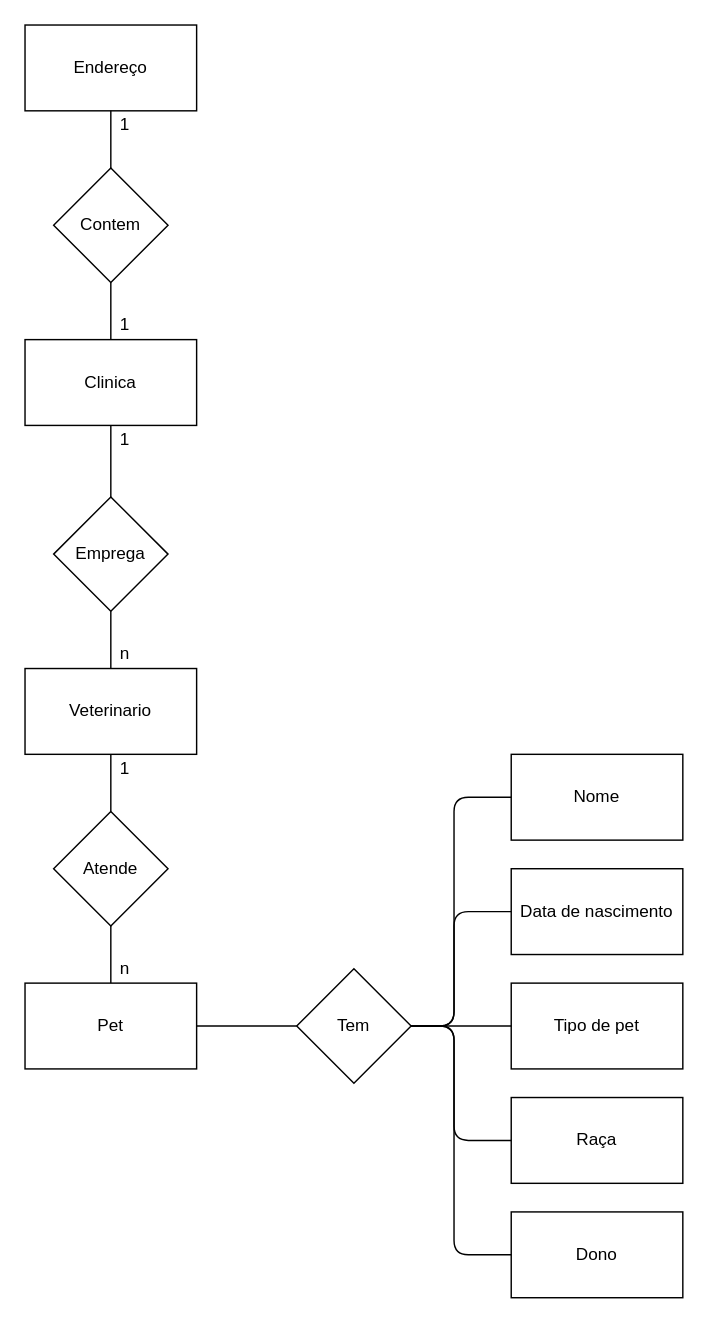
Earlier version of the draw.io diagram page "Conceitual" (1 of 2) of exercicios/1.3-exercicio-pclinics/pclinics.drawio (Okuma-wq/senai_sprint1_bd). Source tidied: cells renumbered, new cells numbered last; positions are measured from the earlier drawing's top-left corner, leaving out a move shared by most shapes. Both pictures are drawn from the tidied source at 143%, with x=0, y=0 at pixel (24, 24).
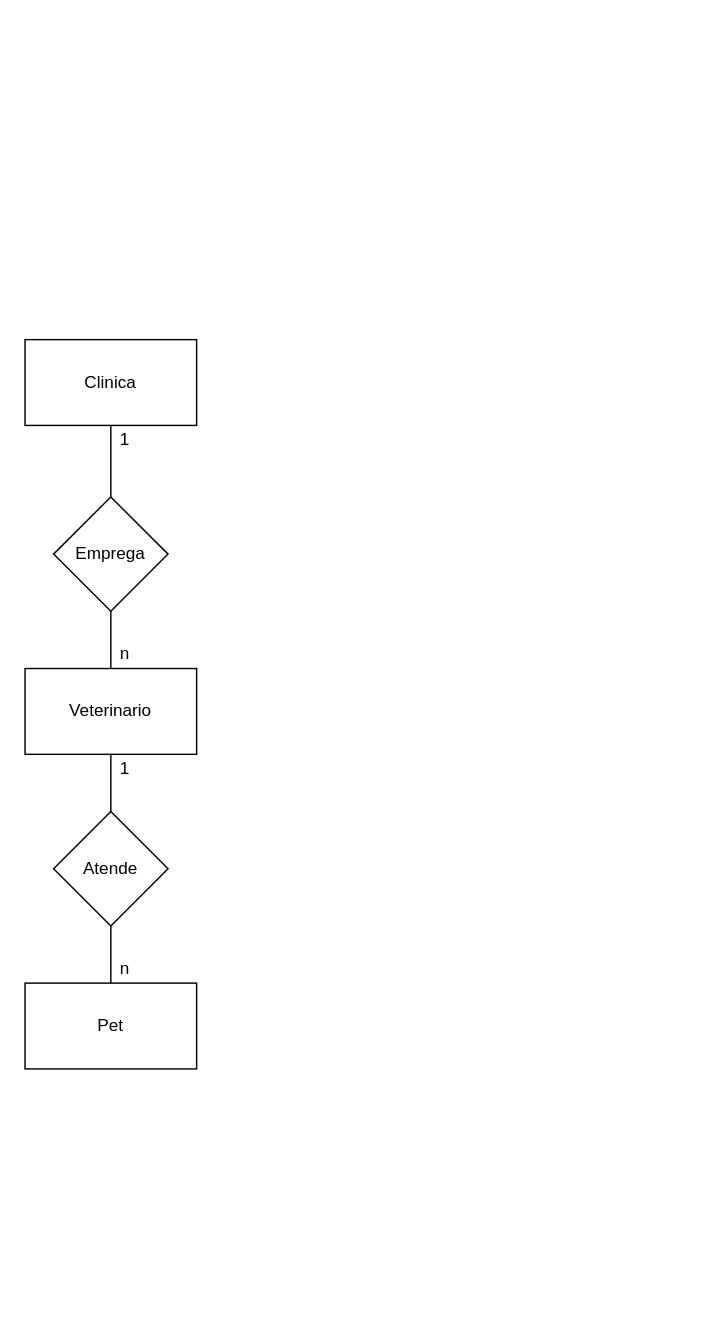
The same page after the edit.

Unchanged cells that the change refers to:
```xml
<mxCell id="2" value="Clinica" style="rounded=0;whiteSpace=wrap;html=1;" parent="1" vertex="1">
  <mxGeometry y="220" width="120" height="60" as="geometry" />
</mxCell>
<mxCell id="16" value="Pet" style="rounded=0;whiteSpace=wrap;html=1;" parent="1" vertex="1">
  <mxGeometry y="670" width="120" height="60" as="geometry" />
</mxCell>
```

Change to the diagram source:
```diff
@@
-    <mxCell id="3" value="Endereço" style="rounded=0;whiteSpace=wrap;html=1;" parent="1" vertex="1">
-      <mxGeometry width="120" height="60" as="geometry" />
-    </mxCell>
-    <mxCell id="4" value="Contem" style="rhombus;whiteSpace=wrap;html=1;" parent="1" vertex="1">
-      <mxGeometry x="20" y="100" width="80" height="80" as="geometry" />
-    </mxCell>
-    <mxCell id="5" style="endArrow=none;html=1;exitX=0.5;exitY=0;exitDx=0;exitDy=0;entryX=0.5;entryY=1;entryDx=0;entryDy=0;" parent="1" edge="1" source="4" target="3">
-      <mxGeometry relative="1" as="geometry" />
-    </mxCell>
-    <mxCell id="6" style="endArrow=none;html=1;entryX=0.5;entryY=1;entryDx=0;entryDy=0;exitX=0.5;exitY=0;exitDx=0;exitDy=0;" parent="1" edge="1" source="2" target="4">
-      <mxGeometry relative="1" as="geometry" />
-    </mxCell>
@@
-    <mxCell id="11" value="1" style="text;html=1;strokeColor=none;fillColor=none;align=center;verticalAlign=middle;whiteSpace=wrap;rounded=0;" parent="1" vertex="1">
-      <mxGeometry x="50" y="60" width="40" height="20" as="geometry" />
-    </mxCell>
-    <mxCell id="12" value="1" style="text;html=1;strokeColor=none;fillColor=none;align=center;verticalAlign=middle;whiteSpace=wrap;rounded=0;" parent="1" vertex="1">
-      <mxGeometry x="50" y="200" width="40" height="20" as="geometry" />
-    </mxCell>
@@
-    <mxCell id="21" value="Tem" style="rhombus;whiteSpace=wrap;html=1;" parent="1" vertex="1">
-      <mxGeometry x="190" y="660" width="80" height="80" as="geometry" />
-    </mxCell>
-    <mxCell id="22" style="endArrow=none;html=1;exitX=1;exitY=0.5;exitDx=0;exitDy=0;entryX=0;entryY=0.5;entryDx=0;entryDy=0;" parent="1" edge="1" source="16" target="21">
-      <mxGeometry relative="1" as="geometry" />
-    </mxCell>
-    <mxCell id="23" value="Dono" style="rounded=0;whiteSpace=wrap;html=1;" parent="1" vertex="1">
-      <mxGeometry x="340" y="830" width="120" height="60" as="geometry" />
-    </mxCell>
-    <mxCell id="24" value="Raça" style="rounded=0;whiteSpace=wrap;html=1;" parent="1" vertex="1">
-      <mxGeometry x="340" y="750" width="120" height="60" as="geometry" />
-    </mxCell>
-    <mxCell id="25" value="Nome" style="rounded=0;whiteSpace=wrap;html=1;" parent="1" vertex="1">
-      <mxGeometry x="340" y="510" width="120" height="60" as="geometry" />
-    </mxCell>
-    <mxCell id="26" value="Data de nascimento" style="rounded=0;whiteSpace=wrap;html=1;" parent="1" vertex="1">
-      <mxGeometry x="340" y="590" width="120" height="60" as="geometry" />
-    </mxCell>
-    <mxCell id="27" value="Tipo de pet" style="rounded=0;whiteSpace=wrap;html=1;" parent="1" vertex="1">
-      <mxGeometry x="340" y="670" width="120" height="60" as="geometry" />
-    </mxCell>
-    <mxCell id="28" style="endArrow=none;html=1;exitX=1;exitY=0.5;exitDx=0;exitDy=0;entryX=0;entryY=0.5;entryDx=0;entryDy=0;" parent="1" edge="1" source="21" target="27">
-      <mxGeometry relative="1" as="geometry" />
-    </mxCell>
-    <mxCell id="29" style="endArrow=none;html=1;exitX=1;exitY=0.5;exitDx=0;exitDy=0;entryX=0;entryY=0.5;entryDx=0;entryDy=0;" parent="1" edge="1" source="21" target="24">
-      <mxGeometry relative="1" as="geometry">
-        <Array as="points">
-          <mxPoint x="300" y="700" />
-          <mxPoint x="300" y="780" />
-        </Array>
-      </mxGeometry>
-    </mxCell>
-    <mxCell id="30" style="endArrow=none;html=1;exitX=1;exitY=0.5;exitDx=0;exitDy=0;entryX=0;entryY=0.5;entryDx=0;entryDy=0;" parent="1" edge="1" source="21" target="23">
-      <mxGeometry relative="1" as="geometry">
-        <Array as="points">
-          <mxPoint x="300" y="700" />
-          <mxPoint x="300" y="860" />
-        </Array>
-      </mxGeometry>
-    </mxCell>
-    <mxCell id="31" style="endArrow=none;html=1;exitX=1;exitY=0.5;exitDx=0;exitDy=0;entryX=0;entryY=0.5;entryDx=0;entryDy=0;" parent="1" edge="1" source="21" target="26">
-      <mxGeometry relative="1" as="geometry">
-        <Array as="points">
-          <mxPoint x="300" y="700" />
-          <mxPoint x="300" y="620" />
-        </Array>
-      </mxGeometry>
-    </mxCell>
-    <mxCell id="32" style="endArrow=none;html=1;exitX=1;exitY=0.5;exitDx=0;exitDy=0;entryX=0;entryY=0.5;entryDx=0;entryDy=0;" parent="1" edge="1" source="21" target="25">
-      <mxGeometry relative="1" as="geometry">
-        <Array as="points">
-          <mxPoint x="300" y="700" />
-          <mxPoint x="300" y="540" />
-        </Array>
-      </mxGeometry>
-    </mxCell>
```
